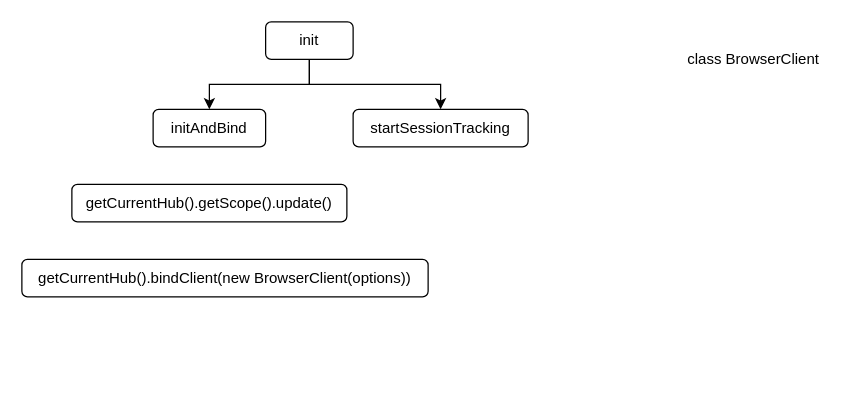
The draw.io diagram frontend/sentry-js.drawio in Rockergmail/draw.io, before the edit. Source tidied: cells renumbered, new cells numbered last; positions are measured from the earlier drawing's top-left corner, leaving out a move shared by most shapes. Both pictures are drawn from the tidied source at 125%, with x=0, y=0 at pixel (21, 21).
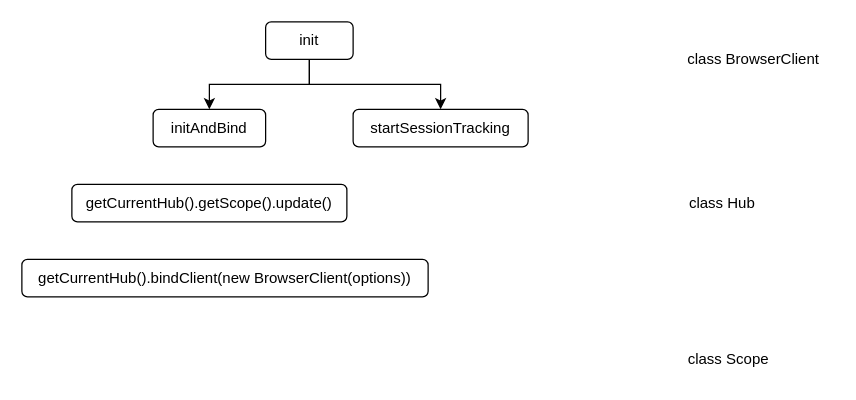
Above is the later version.

What changed in the source:
```diff
@@
 <mxGraphModel>
   <root>
     <mxCell id="0" />
     <mxCell id="1" parent="0" />
     <mxCell id="2" style="edgeStyle=orthogonalEdgeStyle;rounded=0;jettySize=auto;html=1;exitX=0.5;exitY=1;exitDx=0;exitDy=0;entryX=0.5;entryY=0;entryDx=0;entryDy=0;" parent="1" edge="1" source="4" target="5">
       <mxGeometry relative="1" as="geometry" />
     </mxCell>
     <mxCell id="3" style="edgeStyle=orthogonalEdgeStyle;rounded=0;jettySize=auto;html=1;exitX=0.5;exitY=1;exitDx=0;exitDy=0;entryX=0.5;entryY=0;entryDx=0;entryDy=0;" parent="1" edge="1" source="4" target="6">
       <mxGeometry relative="1" as="geometry" />
     </mxCell>
     <mxCell id="4" value="init" style="rounded=1;whiteSpace=wrap;html=1;" parent="1" vertex="1">
       <mxGeometry x="195" width="70" height="30" as="geometry" />
     </mxCell>
     <mxCell id="5" value="initAndBind" style="rounded=1;whiteSpace=wrap;html=1;" parent="1" vertex="1">
       <mxGeometry x="105" y="70" width="90" height="30" as="geometry" />
     </mxCell>
     <mxCell id="6" value="startSessionTracking" style="rounded=1;whiteSpace=wrap;html=1;" parent="1" vertex="1">
       <mxGeometry x="265" y="70" width="140" height="30" as="geometry" />
     </mxCell>
     <mxCell id="7" value="getCurrentHub().getScope().update()" style="rounded=1;whiteSpace=wrap;html=1;" parent="1" vertex="1">
       <mxGeometry x="40" y="130" width="220" height="30" as="geometry" />
     </mxCell>
     <mxCell id="8" value="getCurrentHub().bindClient(new BrowserClient(options))" style="rounded=1;whiteSpace=wrap;html=1;" parent="1" vertex="1">
       <mxGeometry y="190" width="325" height="30" as="geometry" />
     </mxCell>
     <mxCell id="9" value="class BrowserClient" style="text;html=1;align=center;verticalAlign=middle;strokeColor=none;fillColor=none;" parent="1" vertex="1">
       <mxGeometry x="520" y="15" width="130" height="30" as="geometry" />
     </mxCell>
+    <mxCell id="10" value="class Hub" style="text;html=1;align=center;verticalAlign=middle;strokeColor=none;fillColor=none;" parent="1" vertex="1">
+      <mxGeometry x="520" y="130" width="80" height="30" as="geometry" />
+    </mxCell>
+    <mxCell id="11" value="class Scope&lt;br&gt;" style="text;html=1;align=center;verticalAlign=middle;strokeColor=none;fillColor=none;" parent="1" vertex="1">
+      <mxGeometry x="520" y="255" width="90" height="30" as="geometry" />
+    </mxCell>
   </root>
 </mxGraphModel>
```
